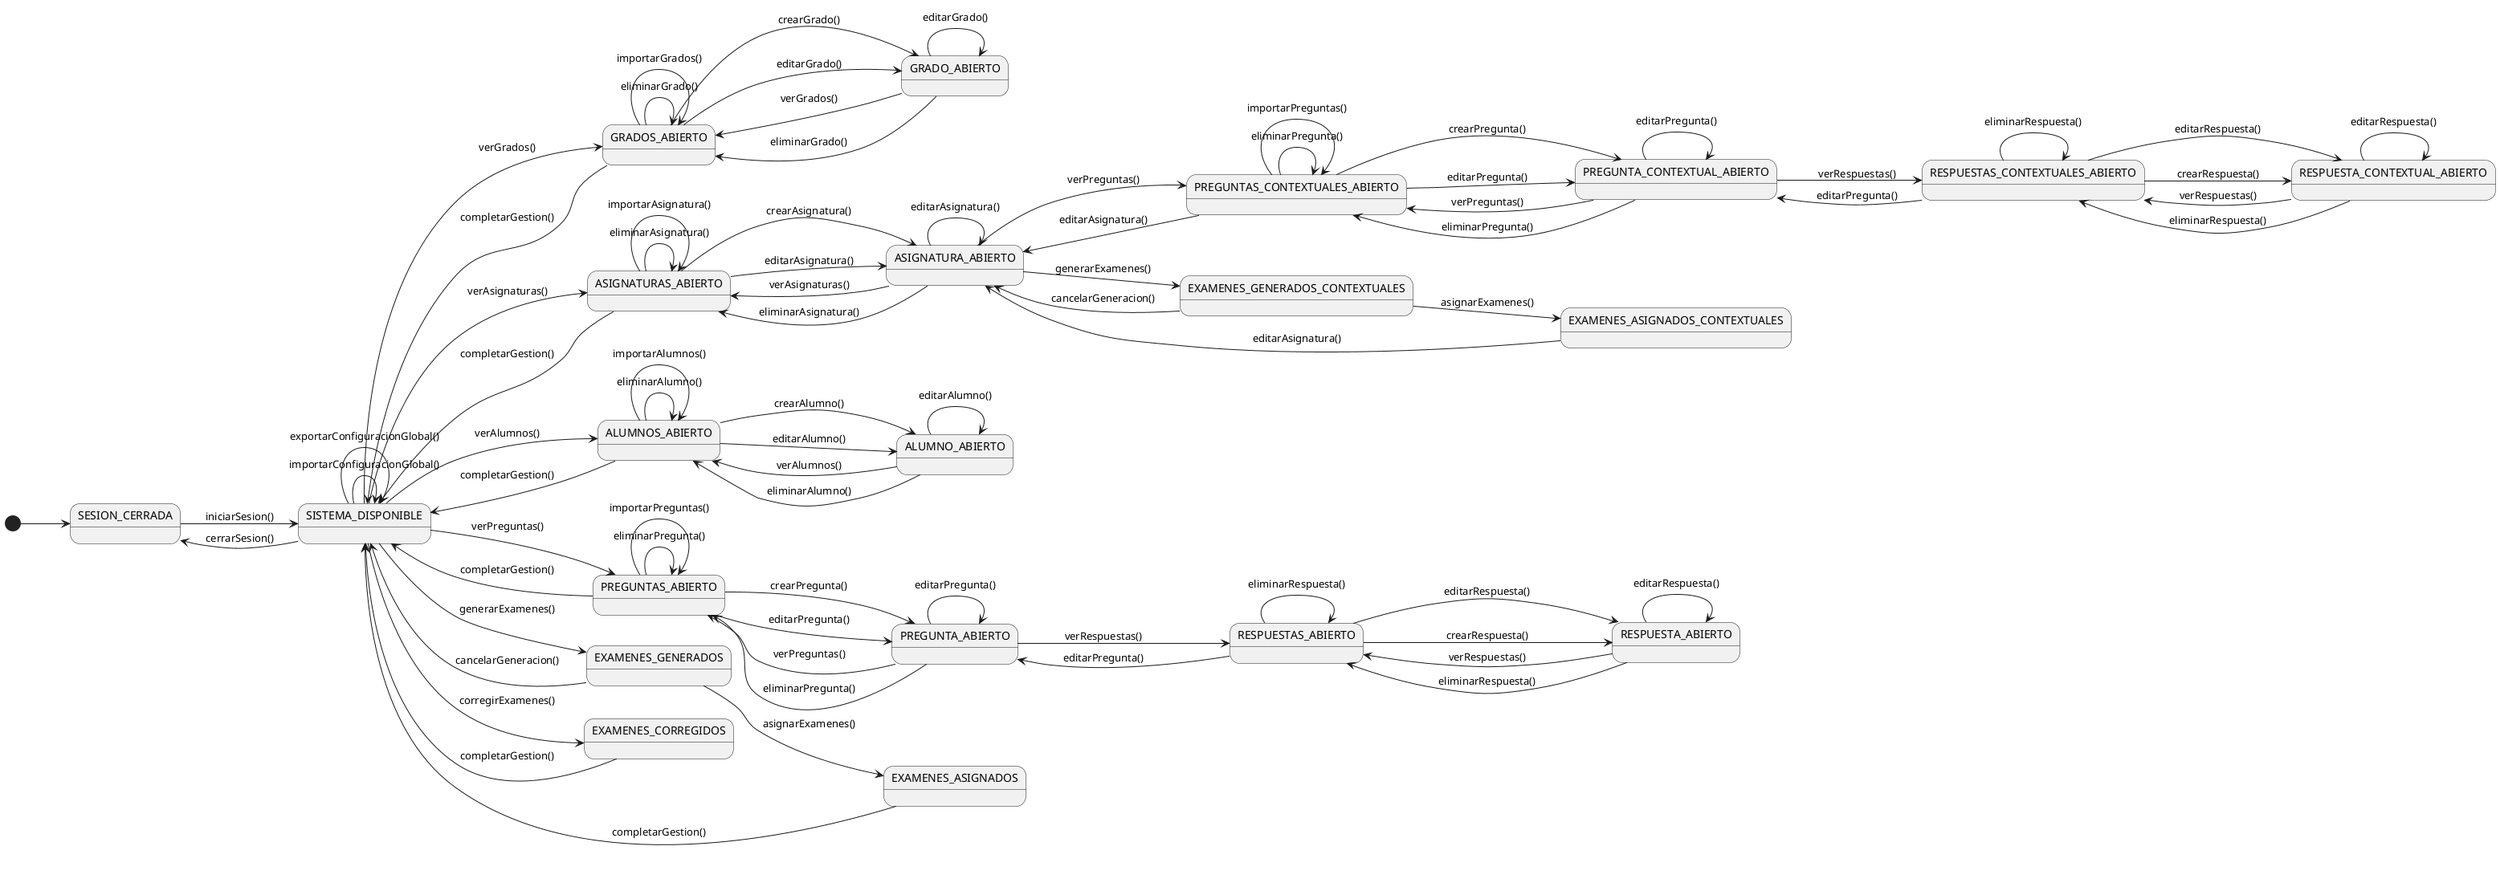
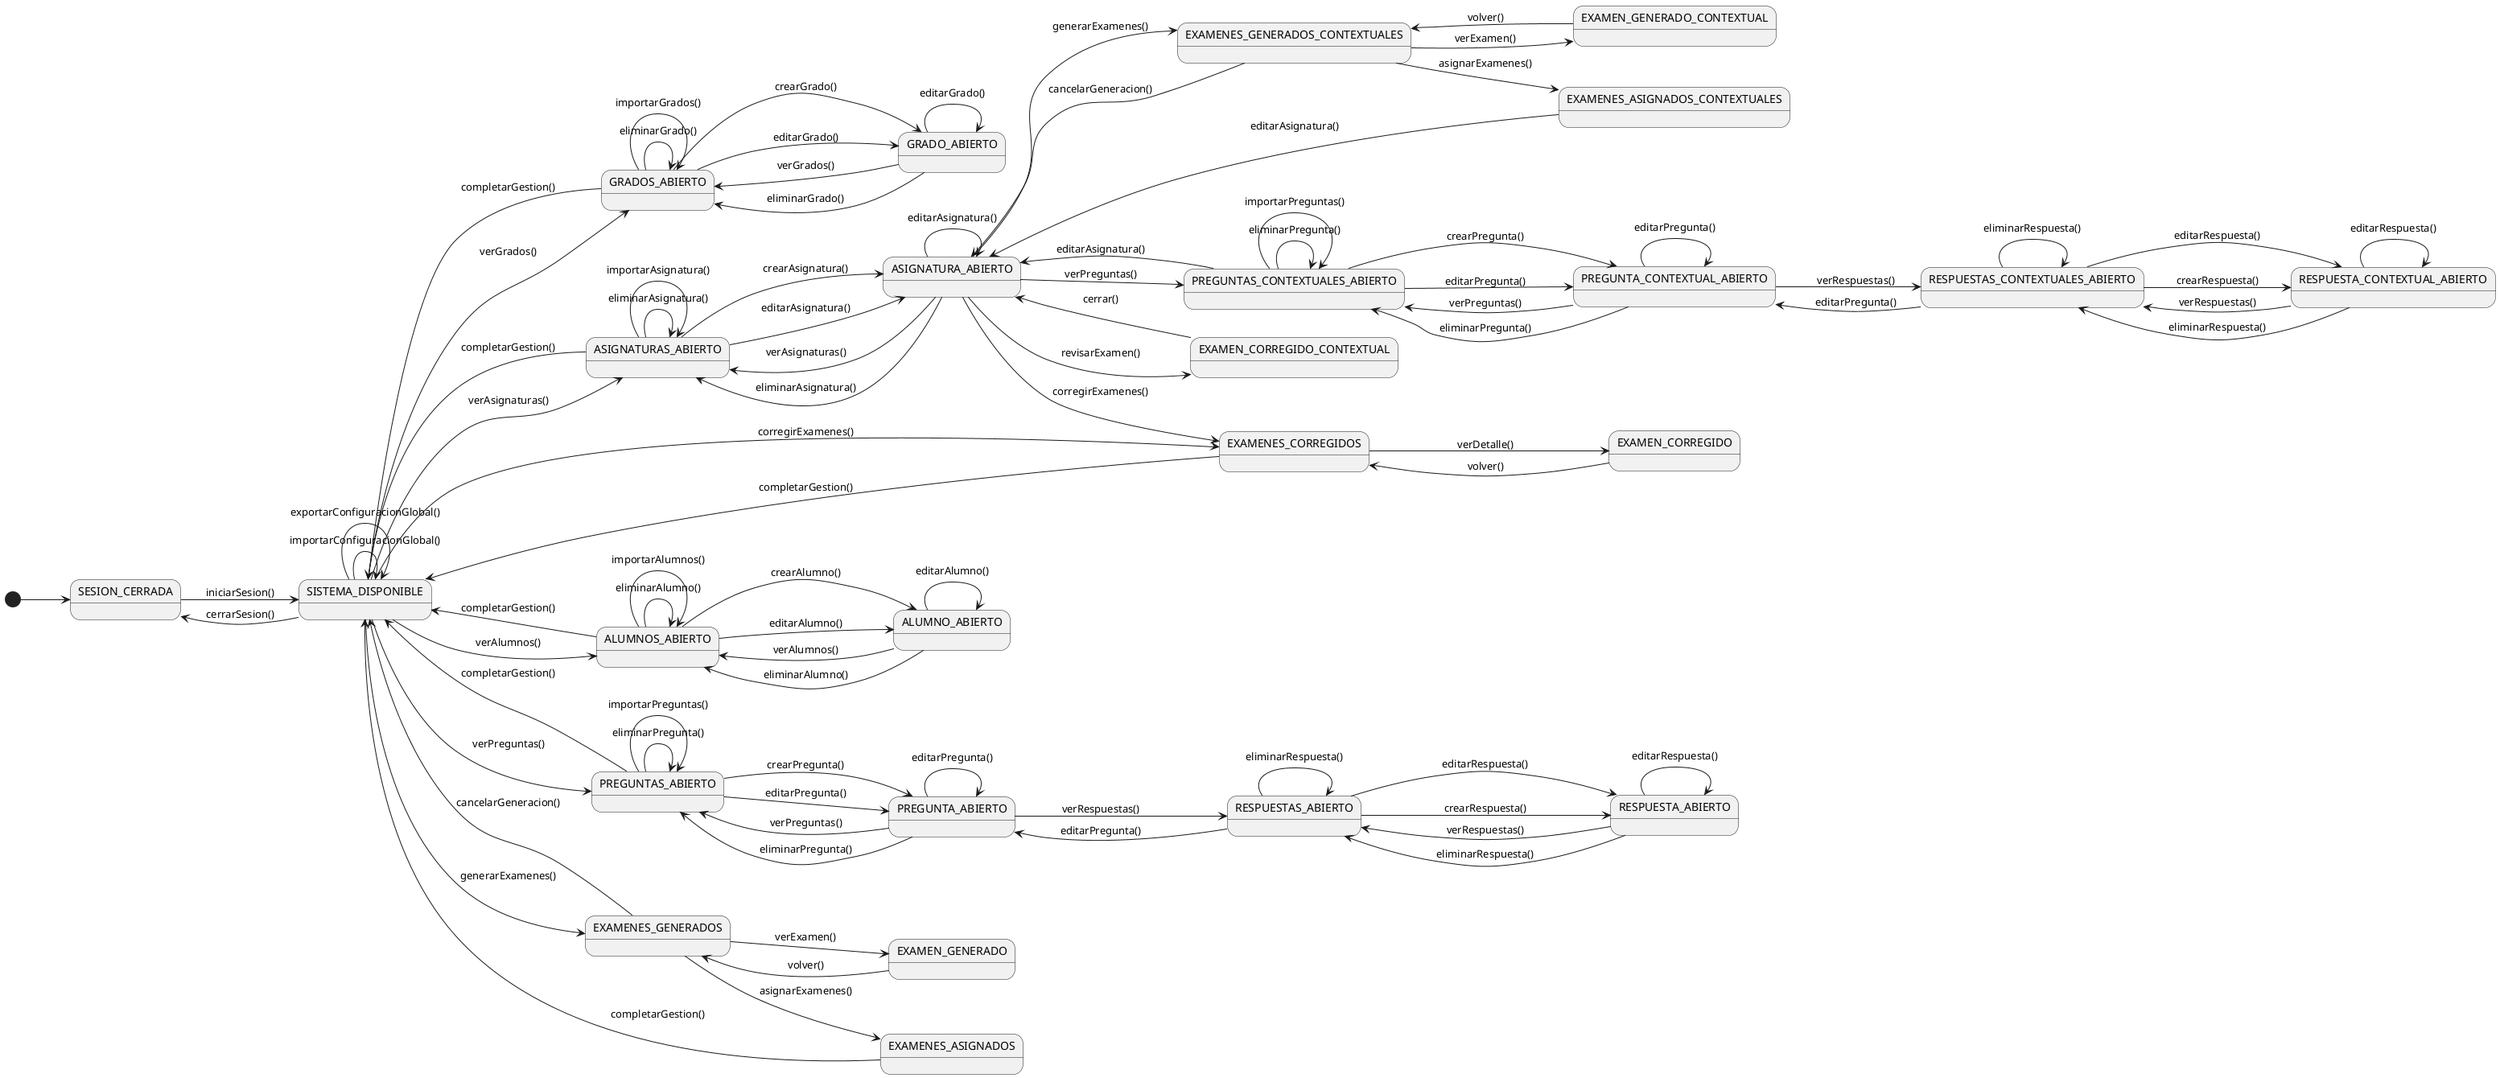
@startuml diagrama-contexto-docente

left to right direction

'Estados'

state "SESION_CERRADA" as NoAuth
state "SISTEMA_DISPONIBLE" as Menu

state "GRADOS_ABIERTO" as ListGrados
state "GRADO_ABIERTO" as EditGrado

state "ASIGNATURAS_ABIERTO" as ListAsignaturas
state "ASIGNATURA_ABIERTO" as EditAsignatura

state "ALUMNOS_ABIERTO" as ListAlumnos
state "ALUMNO_ABIERTO" as EditAlumno

state "PREGUNTAS_ABIERTO" as ListPreguntas
state "PREGUNTA_ABIERTO" as EditPregunta

state "EXAMENES_GENERADOS" as ExamenesGenerados
+ state "EXAMEN_GENERADO" as ExamenGenerado
state "EXAMENES_ASIGNADOS" as ExamenesAsignados

state "EXAMENES_CORREGIDOS" as ExamenesCorregidos
+ state "EXAMEN_CORREGIDO" as ExamenCorregido
+ state "EXAMEN_CORREGIDO_CONTEXTUAL" as ExamenCorregidoContextual

state "RESPUESTAS_ABIERTO" as ListRespuestas
state "RESPUESTA_ABIERTO" as EditRespuesta

state "PREGUNTAS_CONTEXTUALES_ABIERTO" as ListPreguntasContextuales
state "PREGUNTA_CONTEXTUAL_ABIERTO" as EditPreguntaContextual

state "RESPUESTAS_CONTEXTUALES_ABIERTO" as ListRespuestasContextuales
state "RESPUESTA_CONTEXTUAL_ABIERTO" as EditRespuestaContextual

state "EXAMENES_GENERADOS_CONTEXTUALES" as ExamenesGeneradosContextuales
+ state "EXAMEN_GENERADO_CONTEXTUAL" as ExamenGeneradoContextual
state "EXAMENES_ASIGNADOS_CONTEXTUALES" as ExamenesAsignadosContextuales


'Modulo sesion'
[*] --> NoAuth
NoAuth --> Menu : iniciarSesion()
Menu --> NoAuth : cerrarSesion()

'Modulo grados'


Menu --> ListGrados: verGrados()
ListGrados --> ListGrados: eliminarGrado()
ListGrados --> ListGrados: importarGrados()
ListGrados --> EditGrado: crearGrado()
ListGrados --> EditGrado: editarGrado()
EditGrado --> EditGrado: editarGrado()
EditGrado --> ListGrados: verGrados()
EditGrado --> ListGrados: eliminarGrado()
ListGrados --> Menu: completarGestion()

'Modulo asignaturas'

Menu --> ListAsignaturas: verAsignaturas()
ListAsignaturas --> EditAsignatura: crearAsignatura()
ListAsignaturas --> ListAsignaturas: eliminarAsignatura()
ListAsignaturas --> ListAsignaturas: importarAsignatura()
EditAsignatura --> EditAsignatura: editarAsignatura()
EditAsignatura --> ListAsignaturas: verAsignaturas()
EditAsignatura --> ListAsignaturas: eliminarAsignatura()
ListAsignaturas --> EditAsignatura: editarAsignatura()
ListAsignaturas --> Menu: completarGestion()

'Modulo alumnos'

Menu --> ListAlumnos: verAlumnos()
ListAlumnos --> EditAlumno: crearAlumno()
ListAlumnos --> EditAlumno: editarAlumno()
ListAlumnos --> ListAlumnos: eliminarAlumno()
ListAlumnos --> ListAlumnos: importarAlumnos()
EditAlumno --> EditAlumno: editarAlumno()
EditAlumno --> ListAlumnos: verAlumnos()
EditAlumno --> ListAlumnos: eliminarAlumno()
ListAlumnos --> Menu: completarGestion()

'Modulo preguntas'

Menu --> ListPreguntas: verPreguntas()
ListPreguntas --> EditPregunta: crearPregunta()
ListPreguntas --> EditPregunta: editarPregunta()
ListPreguntas --> ListPreguntas: eliminarPregunta()
ListPreguntas --> ListPreguntas: importarPreguntas()
EditPregunta --> EditPregunta: editarPregunta()
EditPregunta --> ListPreguntas: verPreguntas()
EditPregunta --> ListPreguntas: eliminarPregunta()
ListPreguntas --> Menu: completarGestion()

'Modulo preguntas contextuales '

EditAsignatura --> ListPreguntasContextuales: verPreguntas()
ListPreguntasContextuales --> EditPreguntaContextual: crearPregunta()
ListPreguntasContextuales --> EditPreguntaContextual: editarPregunta()
ListPreguntasContextuales --> ListPreguntasContextuales: eliminarPregunta()
ListPreguntasContextuales --> ListPreguntasContextuales: importarPreguntas()
EditPreguntaContextual --> EditPreguntaContextual: editarPregunta()
EditPreguntaContextual --> ListPreguntasContextuales: verPreguntas()
ListPreguntasContextuales --> EditAsignatura: editarAsignatura()
EditPreguntaContextual --> ListRespuestasContextuales: verRespuestas()
EditPreguntaContextual --> ListPreguntasContextuales: eliminarPregunta()
ListRespuestasContextuales --> EditRespuestaContextual: editarRespuesta()
ListRespuestasContextuales --> EditRespuestaContextual: crearRespuesta()
EditRespuestaContextual --> ListRespuestasContextuales: verRespuestas()
EditRespuestaContextual --> ListRespuestasContextuales: eliminarRespuesta()
ListRespuestasContextuales --> ListRespuestasContextuales: eliminarRespuesta()
EditRespuestaContextual --> EditRespuestaContextual: editarRespuesta()
ListRespuestasContextuales --> EditPreguntaContextual: editarPregunta()


'Modulo Respuesta'
EditPregunta --> ListRespuestas: verRespuestas()
ListRespuestas --> EditRespuesta: editarRespuesta()
ListRespuestas --> EditRespuesta: crearRespuesta()
ListRespuestas --> ListRespuestas: eliminarRespuesta()
EditRespuesta --> EditRespuesta: editarRespuesta()
EditRespuesta --> ListRespuestas: verRespuestas()
EditRespuesta --> ListRespuestas: eliminarRespuesta()
ListRespuestas --> EditPregunta: editarPregunta()

'Modulo configuracion general'

Menu --> Menu: importarConfiguracionGlobal()
Menu --> Menu: exportarConfiguracionGlobal()

'Modulo examenes'

Menu --> ExamenesGenerados: generarExamenes()
ExamenesGenerados --> ExamenesAsignados: asignarExamenes()
ExamenesAsignados --> Menu: completarGestion()
ExamenesGenerados --> Menu: cancelarGeneracion()
+ ExamenesGenerados --> ExamenGenerado: verExamen()
+ ExamenGenerado --> ExamenesGenerados: volver()

'Modulo examenes contextuales'
EditAsignatura --> ExamenesGeneradosContextuales: generarExamenes()
ExamenesGeneradosContextuales --> ExamenesAsignadosContextuales: asignarExamenes()
ExamenesGeneradosContextuales --> EditAsignatura: cancelarGeneracion()
ExamenesAsignadosContextuales --> EditAsignatura: editarAsignatura()
+ ExamenesGeneradosContextuales --> ExamenGeneradoContextual: verExamen()
+ ExamenGeneradoContextual --> ExamenesGeneradosContextuales: volver()


'Módulo correccion'

Menu --> ExamenesCorregidos: corregirExamenes()
+ EditAsignatura --> ExamenesCorregidos: corregirExamenes()
ExamenesCorregidos --> Menu: completarGestion()
+ ExamenesCorregidos --> ExamenCorregido: verDetalle()
+ ExamenCorregido --> ExamenesCorregidos: volver()
+ EditAsignatura --> ExamenCorregidoContextual: revisarExamen()
+ ExamenCorregidoContextual --> EditAsignatura: cerrar()

@enduml



















